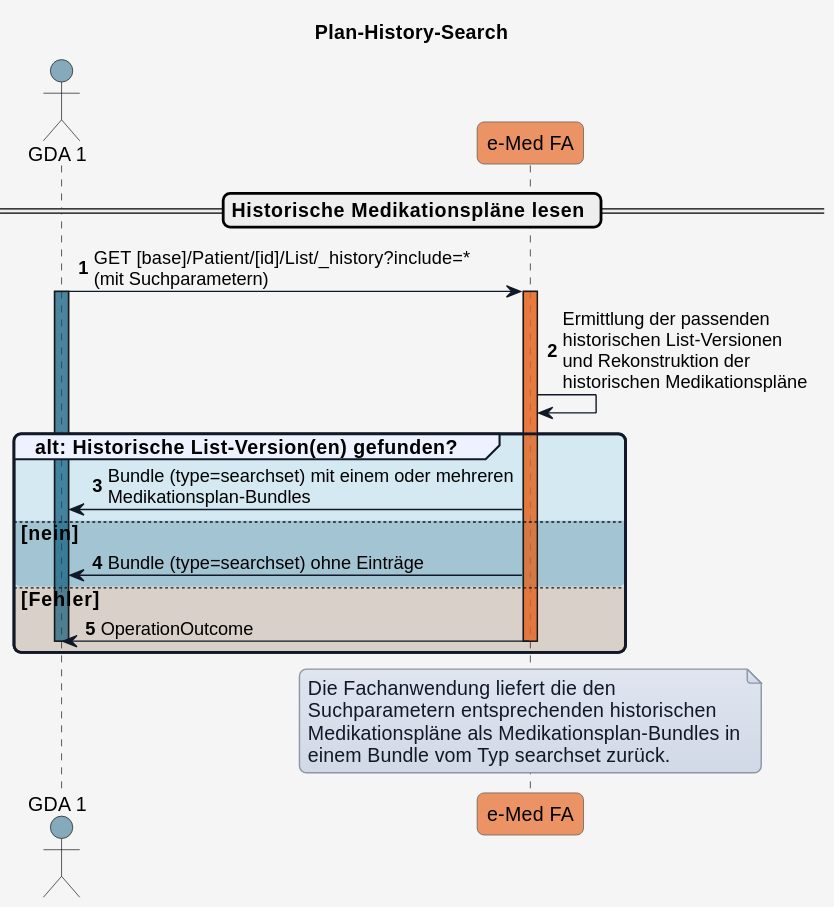
The PlantUML diagram r4-ELGA-e-Medikation-main/plantuml/UC_eMed_01_02.svg in HL7Austria/hl7austria.github.io, before a commit.
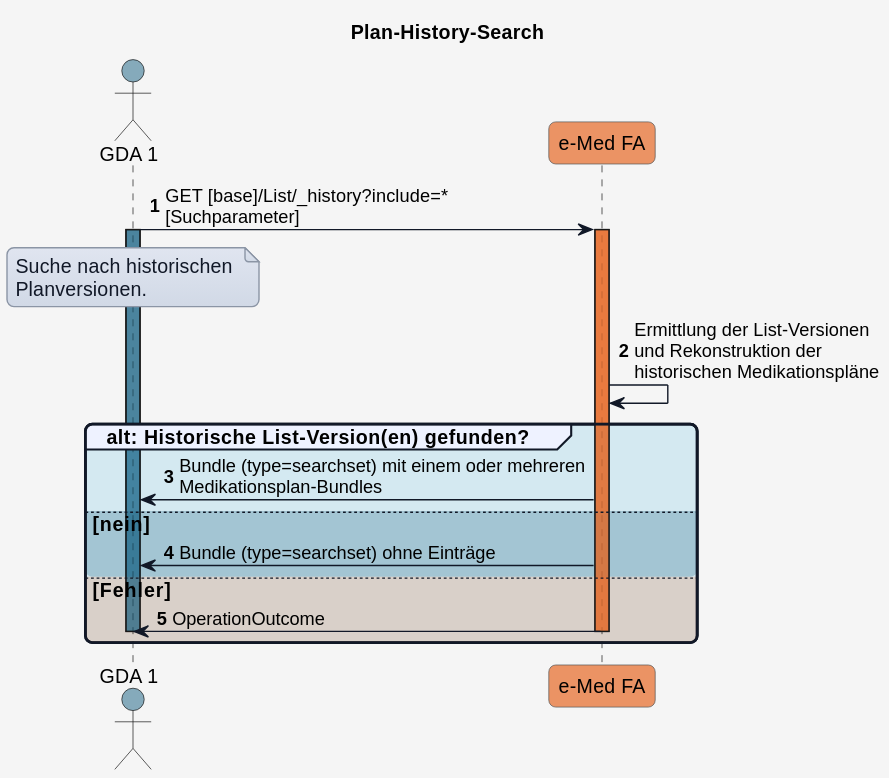
Later version of the same file.

What changed in the source:
```diff
@@ -57,13 +57,17 @@
 
 autonumber
 
-== Historische Medikationspläne lesen ==
-
-GDA_1 -> eMed_FA: GET [base]/Patient/[id]/List/_history?include=*\n(mit Suchparametern)
+GDA_1 -> eMed_FA: GET [base]/List/_history?include=*\n[Suchparameter]
 activate GDA_1 COLOR_GDA_1
 
+note over GDA_1
+Suche nach historischen
+Planversionen.
+end note
+
+
 activate eMed_FA COLOR_EMED_FA
-eMed_FA -> eMed_FA: Ermittlung der passenden\nhistorischen List-Versionen\nund Rekonstruktion der\nhistorischen Medikationspläne
+eMed_FA -> eMed_FA: Ermittlung der List-Versionen\nund Rekonstruktion der\nhistorischen Medikationspläne
 
 group COLOR_OK alt: Historische List-Version(en) gefunden?
   eMed_FA -> GDA_1: Bundle (type=searchset) mit einem oder mehreren\nMedikationsplan-Bundles
@@ -74,12 +78,4 @@
   deactivate GDA_1
   deactivate eMed_FA
 end
-
-
-note over eMed_FA
-Die Fachanwendung liefert die den
-Suchparametern entsprechenden historischen
-Medikationspläne als Medikationsplan-Bundles in
-einem Bundle vom Typ searchset zurück.
-end note
 @enduml
```
